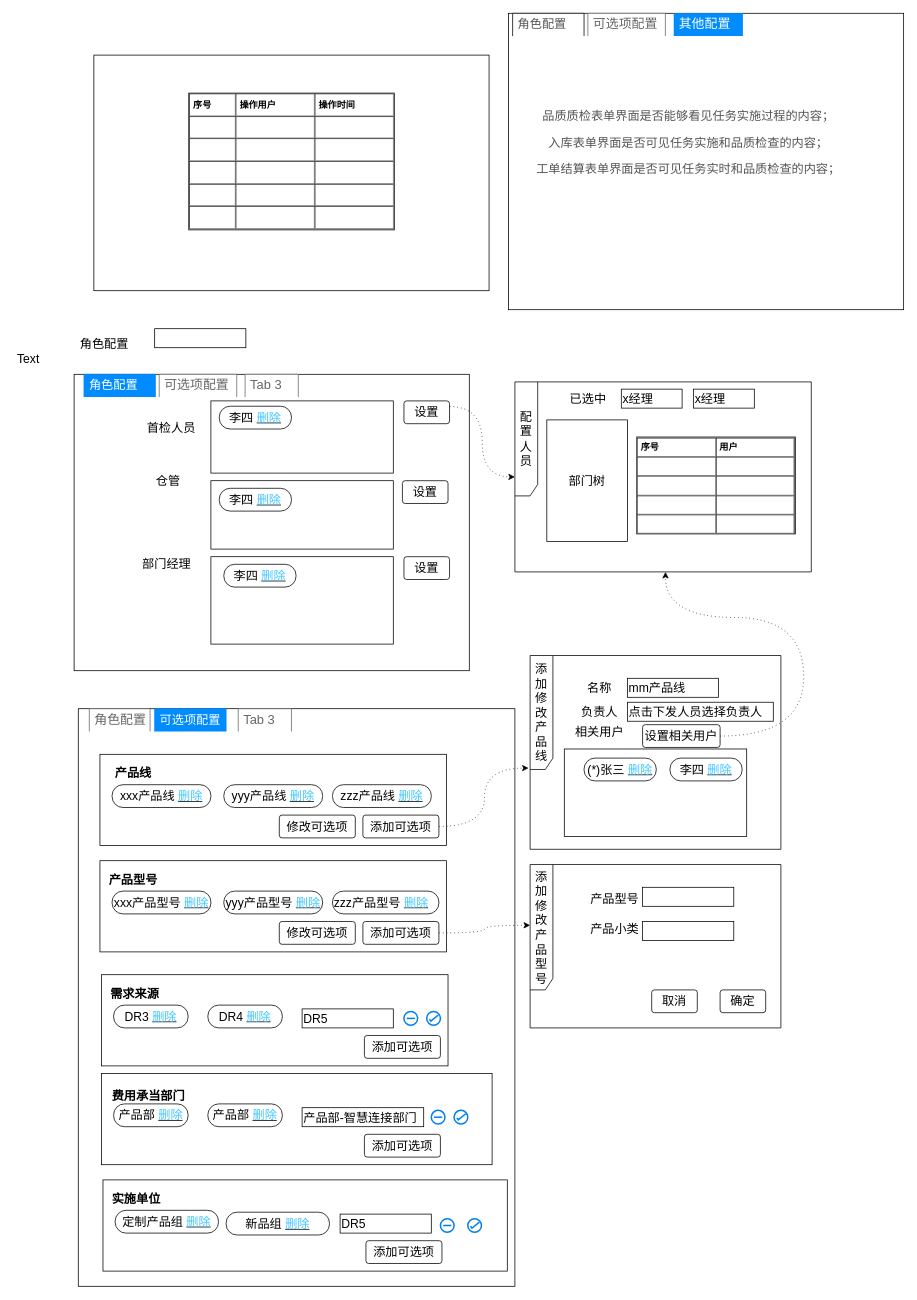
Before: page "系统管理页面" (2 of 2) of PTS.drawio in waterwatermelon/graph, a draw.io diagram. Source tidied: cells renumbered, new cells numbered last; positions are measured from the earlier drawing's top-left corner, leaving out a move shared by most shapes. Both pictures are drawn from the tidied source at 76%, with x=0, y=0 at pixel (13, 13).
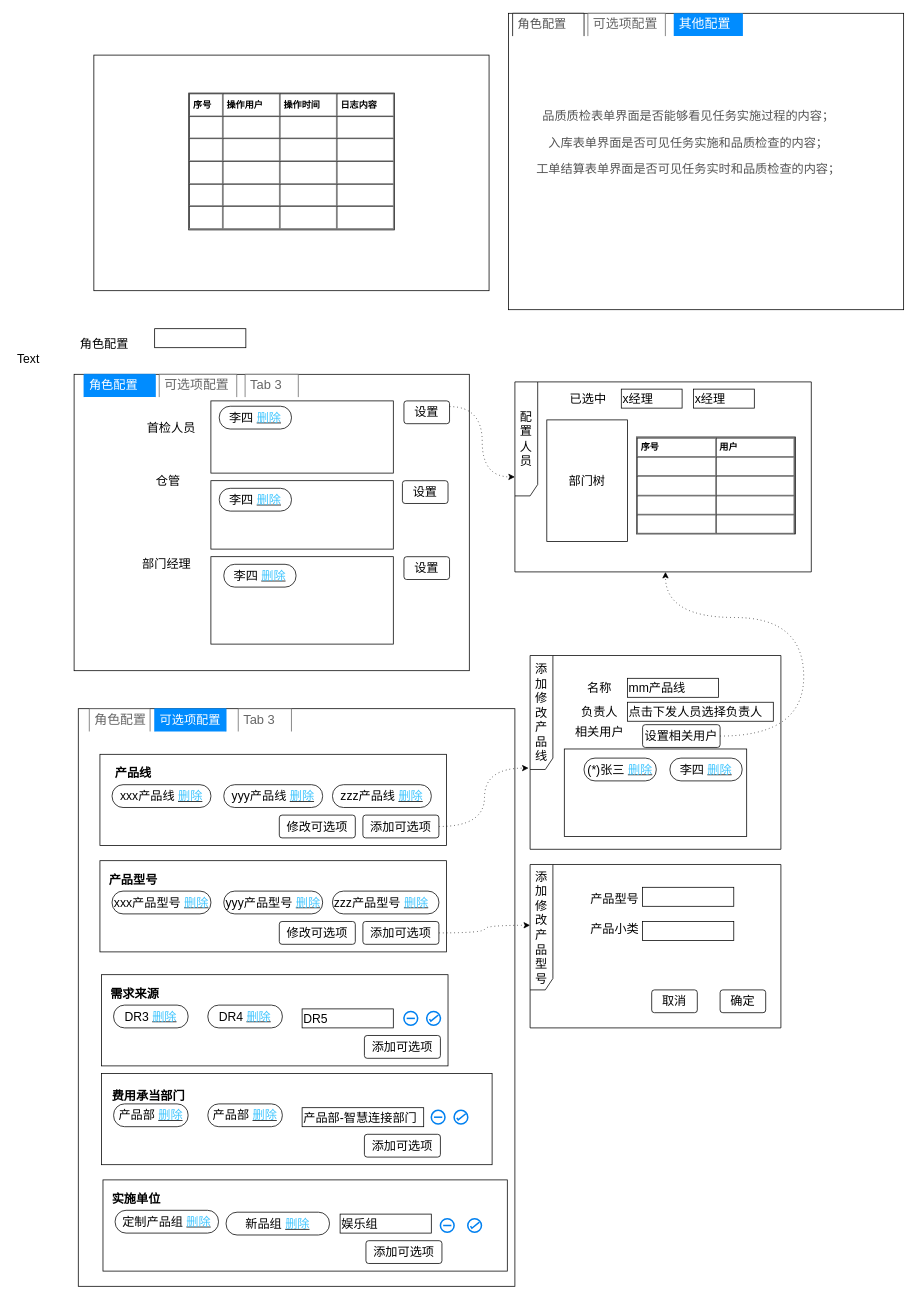
After the change.

Diff of the diagram source:
```diff
@@
-    <mxCell id="13" value="&lt;table cellpadding=&quot;4&quot; cellspacing=&quot;0&quot; border=&quot;1&quot; style=&quot;font-size: 1em ; width: 100% ; height: 100%&quot;&gt;&lt;tbody&gt;&lt;tr&gt;&lt;th&gt;序号&lt;/th&gt;&lt;th&gt;操作用户&lt;/th&gt;&lt;td&gt;&lt;b&gt;操作时间&lt;/b&gt;&lt;/td&gt;&lt;/tr&gt;&lt;tr&gt;&lt;td&gt;&lt;br&gt;&lt;/td&gt;&lt;td&gt;&lt;br&gt;&lt;/td&gt;&lt;td&gt;&lt;br&gt;&lt;/td&gt;&lt;/tr&gt;&lt;tr&gt;&lt;td&gt;&lt;br&gt;&lt;/td&gt;&lt;td&gt;&lt;br&gt;&lt;/td&gt;&lt;td&gt;&lt;b&gt;&lt;br&gt;&lt;/b&gt;&lt;/td&gt;&lt;/tr&gt;&lt;tr&gt;&lt;td&gt;&lt;br&gt;&lt;/td&gt;&lt;td&gt;&lt;br&gt;&lt;/td&gt;&lt;td&gt;&lt;br&gt;&lt;/td&gt;&lt;/tr&gt;&lt;tr&gt;&lt;td&gt;&lt;br&gt;&lt;/td&gt;&lt;td&gt;&lt;br&gt;&lt;/td&gt;&lt;td&gt;&lt;br&gt;&lt;/td&gt;&lt;/tr&gt;&lt;tr&gt;&lt;td&gt;&lt;br&gt;&lt;/td&gt;&lt;td&gt;&lt;br&gt;&lt;/td&gt;&lt;td&gt;&lt;br&gt;&lt;/td&gt;&lt;/tr&gt;&lt;/tbody&gt;&lt;/table&gt; " style="verticalAlign=top;align=left;overflow=fill;fontSize=12;fontFamily=Helvetica;html=1;rounded=0;glass=0;sketch=0;strokeColor=#000000;fillColor=#FFFFFF;" parent="1" vertex="1">
+    <mxCell id="13" value="&lt;table cellpadding=&quot;4&quot; cellspacing=&quot;0&quot; border=&quot;1&quot; style=&quot;font-size: 1em ; width: 100% ; height: 100%&quot;&gt;&lt;tbody&gt;&lt;tr&gt;&lt;th&gt;序号&lt;/th&gt;&lt;th&gt;操作用户&lt;/th&gt;&lt;td&gt;&lt;b&gt;操作时间&lt;/b&gt;&lt;/td&gt;&lt;td&gt;&lt;b&gt;日志内容&lt;/b&gt;&lt;/td&gt;&lt;/tr&gt;&lt;tr&gt;&lt;td&gt;&lt;br&gt;&lt;/td&gt;&lt;td&gt;&lt;br&gt;&lt;/td&gt;&lt;td&gt;&lt;br&gt;&lt;/td&gt;&lt;td&gt;&lt;br&gt;&lt;/td&gt;&lt;/tr&gt;&lt;tr&gt;&lt;td&gt;&lt;br&gt;&lt;/td&gt;&lt;td&gt;&lt;br&gt;&lt;/td&gt;&lt;td&gt;&lt;b&gt;&lt;br&gt;&lt;/b&gt;&lt;/td&gt;&lt;td&gt;&lt;br&gt;&lt;/td&gt;&lt;/tr&gt;&lt;tr&gt;&lt;td&gt;&lt;br&gt;&lt;/td&gt;&lt;td&gt;&lt;br&gt;&lt;/td&gt;&lt;td&gt;&lt;br&gt;&lt;/td&gt;&lt;td&gt;&lt;br&gt;&lt;/td&gt;&lt;/tr&gt;&lt;tr&gt;&lt;td&gt;&lt;br&gt;&lt;/td&gt;&lt;td&gt;&lt;br&gt;&lt;/td&gt;&lt;td&gt;&lt;br&gt;&lt;/td&gt;&lt;td&gt;&lt;br&gt;&lt;/td&gt;&lt;/tr&gt;&lt;tr&gt;&lt;td&gt;&lt;br&gt;&lt;/td&gt;&lt;td&gt;&lt;br&gt;&lt;/td&gt;&lt;td&gt;&lt;br&gt;&lt;/td&gt;&lt;td&gt;&lt;br&gt;&lt;/td&gt;&lt;/tr&gt;&lt;/tbody&gt;&lt;/table&gt; " style="verticalAlign=top;align=left;overflow=fill;fontSize=12;fontFamily=Helvetica;html=1;rounded=0;glass=0;sketch=0;strokeColor=#000000;fillColor=#FFFFFF;" parent="1" vertex="1">
       <mxGeometry x="230.8" y="105" width="270.5" height="180" as="geometry" />
     </mxCell>
@@
-    <mxCell id="67" value="DR5" style="rounded=0;whiteSpace=wrap;html=1;glass=0;sketch=0;strokeColor=#000000;fillColor=#FFFFFF;fontSize=16;align=left;" parent="1" vertex="1">
+    <mxCell id="67" value="娱乐组" style="rounded=0;whiteSpace=wrap;html=1;glass=0;sketch=0;strokeColor=#000000;fillColor=#FFFFFF;fontSize=16;align=left;" parent="1" vertex="1">
       <mxGeometry x="430" y="1580" width="120" height="25" as="geometry" />
     </mxCell>
```
